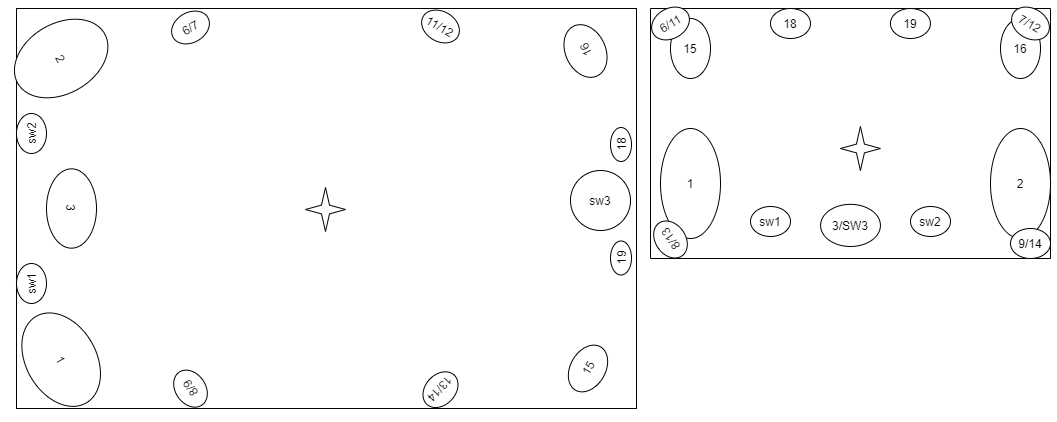
This is images/speakers-placement.png from ecow/liroma, a draw.io export, as it was before one commit. Source tidied: cells renumbered, new cells last; positions are measured from the earlier drawing's top-left corner, leaving out a move shared by most shapes.
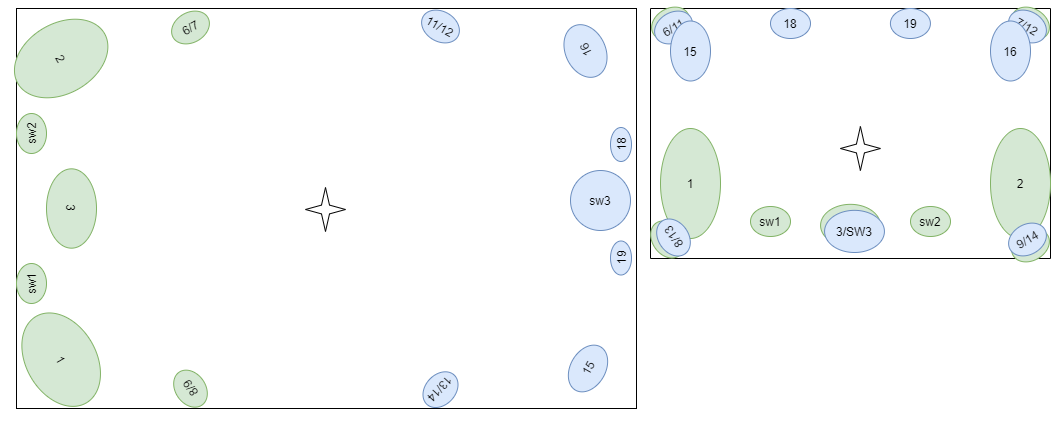
The same file after the commit.

Change to the diagram source:
```diff
@@ -5,79 +5,73 @@
     <mxCell id="2" style="rounded=0;whiteSpace=wrap;html=1;" parent="1" vertex="1">
       <mxGeometry x="5" y="75" width="620" height="400" as="geometry" />
     </mxCell>
-    <mxCell id="3" value="1" style="ellipse;whiteSpace=wrap;html=1;rotation=60;" parent="1" vertex="1">
+    <mxCell id="3" value="1" style="ellipse;whiteSpace=wrap;html=1;rotation=60;fillColor=#d5e8d4;strokeColor=#82b366;" parent="1" vertex="1">
       <mxGeometry x="-0.3" y="391.2" width="100" height="70" as="geometry" />
     </mxCell>
-    <mxCell id="4" value="2" style="ellipse;whiteSpace=wrap;html=1;rotation=60;" parent="1" vertex="1">
+    <mxCell id="4" value="2" style="ellipse;whiteSpace=wrap;html=1;rotation=60;fillColor=#d5e8d4;strokeColor=#82b366;" parent="1" vertex="1">
       <mxGeometry x="14.7" y="75" width="70" height="100" as="geometry" />
     </mxCell>
-    <mxCell id="5" value="3" style="ellipse;whiteSpace=wrap;html=1;rotation=90;" parent="1" vertex="1">
+    <mxCell id="5" value="3" style="ellipse;whiteSpace=wrap;html=1;rotation=90;fillColor=#d5e8d4;strokeColor=#82b366;" parent="1" vertex="1">
       <mxGeometry x="20.3" y="250" width="79.3" height="50" as="geometry" />
     </mxCell>
-    <mxCell id="6" value="sw1" style="ellipse;whiteSpace=wrap;html=1;rotation=-90;" parent="1" vertex="1">
+    <mxCell id="6" value="sw1" style="ellipse;whiteSpace=wrap;html=1;rotation=-90;fillColor=#d5e8d4;strokeColor=#82b366;" parent="1" vertex="1">
       <mxGeometry y="335" width="40" height="30" as="geometry" />
     </mxCell>
-    <mxCell id="7" value="sw2" style="ellipse;whiteSpace=wrap;html=1;rotation=-90;" parent="1" vertex="1">
+    <mxCell id="7" value="sw2" style="ellipse;whiteSpace=wrap;html=1;rotation=-90;fillColor=#d5e8d4;strokeColor=#82b366;" parent="1" vertex="1">
       <mxGeometry y="185" width="40" height="30" as="geometry" />
     </mxCell>
-    <mxCell id="8" value="6/7" style="ellipse;whiteSpace=wrap;html=1;rotation=-30;" parent="1" vertex="1">
+    <mxCell id="8" value="6/7" style="ellipse;whiteSpace=wrap;html=1;rotation=-30;fillColor=#d5e8d4;strokeColor=#82b366;" parent="1" vertex="1">
       <mxGeometry x="159" y="79" width="40" height="30" as="geometry" />
     </mxCell>
-    <mxCell id="9" value="8/9" style="ellipse;whiteSpace=wrap;html=1;rotation=-125;" parent="1" vertex="1">
+    <mxCell id="9" value="8/9" style="ellipse;whiteSpace=wrap;html=1;rotation=-125;fillColor=#d5e8d4;strokeColor=#82b366;" parent="1" vertex="1">
       <mxGeometry x="159" y="440.2" width="40" height="30" as="geometry" />
     </mxCell>
-    <mxCell id="10" value="11/12" style="ellipse;whiteSpace=wrap;html=1;rotation=30;" parent="1" vertex="1">
+    <mxCell id="10" value="11/12" style="ellipse;whiteSpace=wrap;html=1;rotation=30;fillColor=#dae8fc;strokeColor=#6c8ebf;" parent="1" vertex="1">
       <mxGeometry x="409" y="78" width="40" height="30" as="geometry" />
     </mxCell>
-    <mxCell id="11" value="13/14" style="ellipse;whiteSpace=wrap;html=1;rotation=-227;" parent="1" vertex="1">
+    <mxCell id="11" value="13/14" style="ellipse;whiteSpace=wrap;html=1;rotation=-227;fillColor=#dae8fc;strokeColor=#6c8ebf;" parent="1" vertex="1">
       <mxGeometry x="409" y="441.2" width="40" height="30" as="geometry" />
     </mxCell>
-    <mxCell id="12" value="16" style="ellipse;whiteSpace=wrap;html=1;rotation=-115;" parent="1" vertex="1">
+    <mxCell id="12" value="16" style="ellipse;whiteSpace=wrap;html=1;rotation=-115;fillColor=#dae8fc;strokeColor=#6c8ebf;" parent="1" vertex="1">
       <mxGeometry x="546.5" y="97.5" width="55" height="40" as="geometry" />
     </mxCell>
-    <mxCell id="13" value="15" style="ellipse;whiteSpace=wrap;html=1;rotation=-60;" parent="1" vertex="1">
+    <mxCell id="13" value="15" style="ellipse;whiteSpace=wrap;html=1;rotation=-60;fillColor=#dae8fc;strokeColor=#6c8ebf;" parent="1" vertex="1">
       <mxGeometry x="551.5" y="417.5" width="50" height="35" as="geometry" />
     </mxCell>
-    <mxCell id="14" value="sw3" style="ellipse;whiteSpace=wrap;html=1;" parent="1" vertex="1">
+    <mxCell id="14" value="sw3" style="ellipse;whiteSpace=wrap;html=1;fillColor=#dae8fc;strokeColor=#6c8ebf;" parent="1" vertex="1">
       <mxGeometry x="559" y="237" width="60" height="60" as="geometry" />
     </mxCell>
     <mxCell id="15" style="rounded=0;whiteSpace=wrap;html=1;rotation=90;" parent="1" vertex="1">
       <mxGeometry x="714" width="250" height="400" as="geometry" />
     </mxCell>
-    <mxCell id="16" value="1" style="ellipse;whiteSpace=wrap;html=1;" parent="1" vertex="1">
+    <mxCell id="16" value="1" style="ellipse;whiteSpace=wrap;html=1;fillColor=#d5e8d4;strokeColor=#82b366;" parent="1" vertex="1">
       <mxGeometry x="649" y="195" width="60" height="110" as="geometry" />
     </mxCell>
-    <mxCell id="17" value="2" style="ellipse;whiteSpace=wrap;html=1;" parent="1" vertex="1">
+    <mxCell id="17" value="2" style="ellipse;whiteSpace=wrap;html=1;fillColor=#d5e8d4;strokeColor=#82b366;" parent="1" vertex="1">
       <mxGeometry x="979" y="195" width="60" height="110" as="geometry" />
     </mxCell>
-    <mxCell id="18" value="3/SW3" style="ellipse;whiteSpace=wrap;html=1;rotation=0;" parent="1" vertex="1">
+    <mxCell id="18" value="3/SW3" style="ellipse;whiteSpace=wrap;html=1;rotation=0;fillColor=#d5e8d4;strokeColor=#82b366;" parent="1" vertex="1">
       <mxGeometry x="809.1" y="270.8" width="59.8" height="42.2" as="geometry" />
     </mxCell>
-    <mxCell id="19" value="sw1" style="ellipse;whiteSpace=wrap;html=1;rotation=0;" parent="1" vertex="1">
+    <mxCell id="19" value="sw1" style="ellipse;whiteSpace=wrap;html=1;rotation=0;fillColor=#d5e8d4;strokeColor=#82b366;" parent="1" vertex="1">
       <mxGeometry x="739" y="273" width="40" height="30" as="geometry" />
     </mxCell>
-    <mxCell id="20" value="sw2" style="ellipse;whiteSpace=wrap;html=1;rotation=0;" parent="1" vertex="1">
+    <mxCell id="20" value="sw2" style="ellipse;whiteSpace=wrap;html=1;rotation=0;fillColor=#d5e8d4;strokeColor=#82b366;" parent="1" vertex="1">
       <mxGeometry x="899" y="273" width="40" height="30" as="geometry" />
     </mxCell>
-    <mxCell id="21" value="8/13" style="ellipse;whiteSpace=wrap;html=1;rotation=-125;" parent="1" vertex="1">
-      <mxGeometry x="639" y="291" width="40" height="30" as="geometry" />
+    <mxCell id="21" value="8/13" style="ellipse;whiteSpace=wrap;html=1;rotation=-125;fillColor=#d5e8d4;strokeColor=#82b366;" parent="1" vertex="1">
+      <mxGeometry x="636" y="291" width="40" height="30" as="geometry" />
     </mxCell>
-    <mxCell id="22" value="9/14" style="ellipse;whiteSpace=wrap;html=1;rotation=0;" parent="1" vertex="1">
-      <mxGeometry x="999" y="295" width="40" height="30" as="geometry" />
+    <mxCell id="22" value="9/14" style="ellipse;whiteSpace=wrap;html=1;rotation=-30;fillColor=#d5e8d4;strokeColor=#82b366;" parent="1" vertex="1">
+      <mxGeometry x="999" y="297" width="40" height="30" as="geometry" />
     </mxCell>
-    <mxCell id="23" value="16" style="ellipse;whiteSpace=wrap;html=1;rotation=0;" parent="1" vertex="1">
-      <mxGeometry x="989" y="85" width="40" height="60" as="geometry" />
-    </mxCell>
-    <mxCell id="24" value="15" style="ellipse;whiteSpace=wrap;html=1;rotation=0;" parent="1" vertex="1">
-      <mxGeometry x="659" y="85" width="40" height="60" as="geometry" />
-    </mxCell>
-    <mxCell id="25" value="18" style="ellipse;whiteSpace=wrap;html=1;rotation=-90;" parent="1" vertex="1">
+    <mxCell id="25" value="18" style="ellipse;whiteSpace=wrap;html=1;rotation=-90;fillColor=#dae8fc;strokeColor=#6c8ebf;" parent="1" vertex="1">
       <mxGeometry x="592.5" y="200.5" width="34" height="21" as="geometry" />
     </mxCell>
-    <mxCell id="26" value="18" style="ellipse;whiteSpace=wrap;html=1;rotation=0;" parent="1" vertex="1">
+    <mxCell id="26" value="18" style="ellipse;whiteSpace=wrap;html=1;rotation=0;fillColor=#dae8fc;strokeColor=#6c8ebf;" parent="1" vertex="1">
       <mxGeometry x="759" y="75" width="40" height="30" as="geometry" />
     </mxCell>
-    <mxCell id="27" value="19" style="ellipse;whiteSpace=wrap;html=1;rotation=0;" parent="1" vertex="1">
+    <mxCell id="27" value="19" style="ellipse;whiteSpace=wrap;html=1;rotation=0;fillColor=#dae8fc;strokeColor=#6c8ebf;" parent="1" vertex="1">
       <mxGeometry x="878.9" y="75" width="40" height="30" as="geometry" />
     </mxCell>
     <mxCell id="28" style="verticalLabelPosition=bottom;verticalAlign=top;html=1;shape=mxgraph.basic.4_point_star_2;dx=0.8;" parent="1" vertex="1">
@@ -86,14 +80,35 @@
     <mxCell id="29" style="verticalLabelPosition=bottom;verticalAlign=top;html=1;shape=mxgraph.basic.4_point_star_2;dx=0.8;" parent="1" vertex="1">
       <mxGeometry x="828.9" y="193" width="40" height="44" as="geometry" />
     </mxCell>
-    <mxCell id="30" value="19" style="ellipse;whiteSpace=wrap;html=1;rotation=-90;" parent="1" vertex="1">
+    <mxCell id="30" value="19" style="ellipse;whiteSpace=wrap;html=1;rotation=-90;fillColor=#dae8fc;strokeColor=#6c8ebf;" parent="1" vertex="1">
       <mxGeometry x="592.5" y="314" width="34" height="21" as="geometry" />
     </mxCell>
-    <mxCell id="31" value="7/12" style="ellipse;whiteSpace=wrap;html=1;rotation=30;" parent="1" vertex="1">
+    <mxCell id="31" value="7/12" style="ellipse;whiteSpace=wrap;html=1;rotation=30;fillColor=#d5e8d4;strokeColor=#82b366;" parent="1" vertex="1">
       <mxGeometry x="999" y="75" width="40" height="30" as="geometry" />
     </mxCell>
-    <mxCell id="32" value="6/11" style="ellipse;whiteSpace=wrap;html=1;rotation=-30;" parent="1" vertex="1">
+    <mxCell id="32" value="6/11" style="ellipse;whiteSpace=wrap;html=1;rotation=-30;fillColor=#d5e8d4;strokeColor=#82b366;" parent="1" vertex="1">
       <mxGeometry x="639" y="75" width="40" height="30" as="geometry" />
     </mxCell>
+    <mxCell id="33" value="3/SW3" style="ellipse;whiteSpace=wrap;html=1;rotation=0;fillColor=#dae8fc;strokeColor=#6c8ebf;" parent="1" vertex="1">
+      <mxGeometry x="813.1" y="276.8" width="59.8" height="42.2" as="geometry" />
+    </mxCell>
+    <mxCell id="34" value="8/13" style="ellipse;whiteSpace=wrap;html=1;rotation=-125;fillColor=#dae8fc;strokeColor=#6c8ebf;" parent="1" vertex="1">
+      <mxGeometry x="642" y="289" width="40" height="30" as="geometry" />
+    </mxCell>
+    <mxCell id="35" value="6/11" style="ellipse;whiteSpace=wrap;html=1;rotation=-30;fillColor=#dae8fc;strokeColor=#6c8ebf;" parent="1" vertex="1">
+      <mxGeometry x="642" y="79" width="40" height="30" as="geometry" />
+    </mxCell>
+    <mxCell id="36" value="7/12" style="ellipse;whiteSpace=wrap;html=1;rotation=30;fillColor=#dae8fc;strokeColor=#6c8ebf;" parent="1" vertex="1">
+      <mxGeometry x="996" y="78" width="40" height="30" as="geometry" />
+    </mxCell>
+    <mxCell id="24" value="15" style="ellipse;whiteSpace=wrap;html=1;rotation=0;fillColor=#dae8fc;strokeColor=#6c8ebf;" parent="1" vertex="1">
+      <mxGeometry x="659" y="87.5" width="40" height="60" as="geometry" />
+    </mxCell>
+    <mxCell id="23" value="16" style="ellipse;whiteSpace=wrap;html=1;rotation=0;fillColor=#dae8fc;strokeColor=#6c8ebf;" parent="1" vertex="1">
+      <mxGeometry x="979" y="87.5" width="40" height="60" as="geometry" />
+    </mxCell>
+    <mxCell id="37" value="9/14" style="ellipse;whiteSpace=wrap;html=1;rotation=-30;fillColor=#dae8fc;strokeColor=#6c8ebf;" parent="1" vertex="1">
+      <mxGeometry x="996" y="291" width="40" height="30" as="geometry" />
+    </mxCell>
   </root>
 </mxGraphModel>
```
